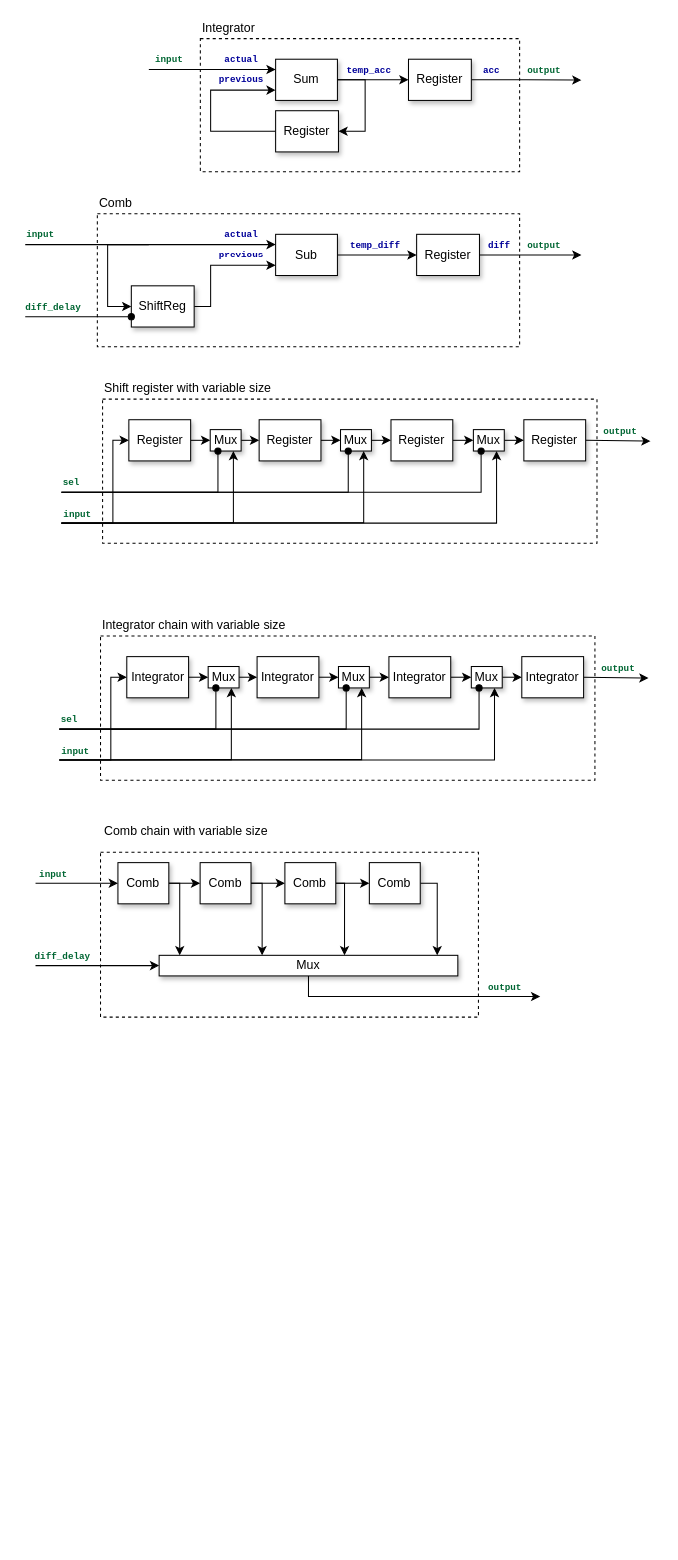
The draw.io diagram page "Signal" (7 of 7) of docs/system.drawio in Lwao/HDL4PDM2PCM, before the edit. Source tidied: cells renumbered, new cells numbered last; positions are measured from the earlier drawing's top-left corner, leaving out a move shared by most shapes. Both pictures are drawn from the tidied source at 103%, with x=0, y=0 at pixel (25, 18).
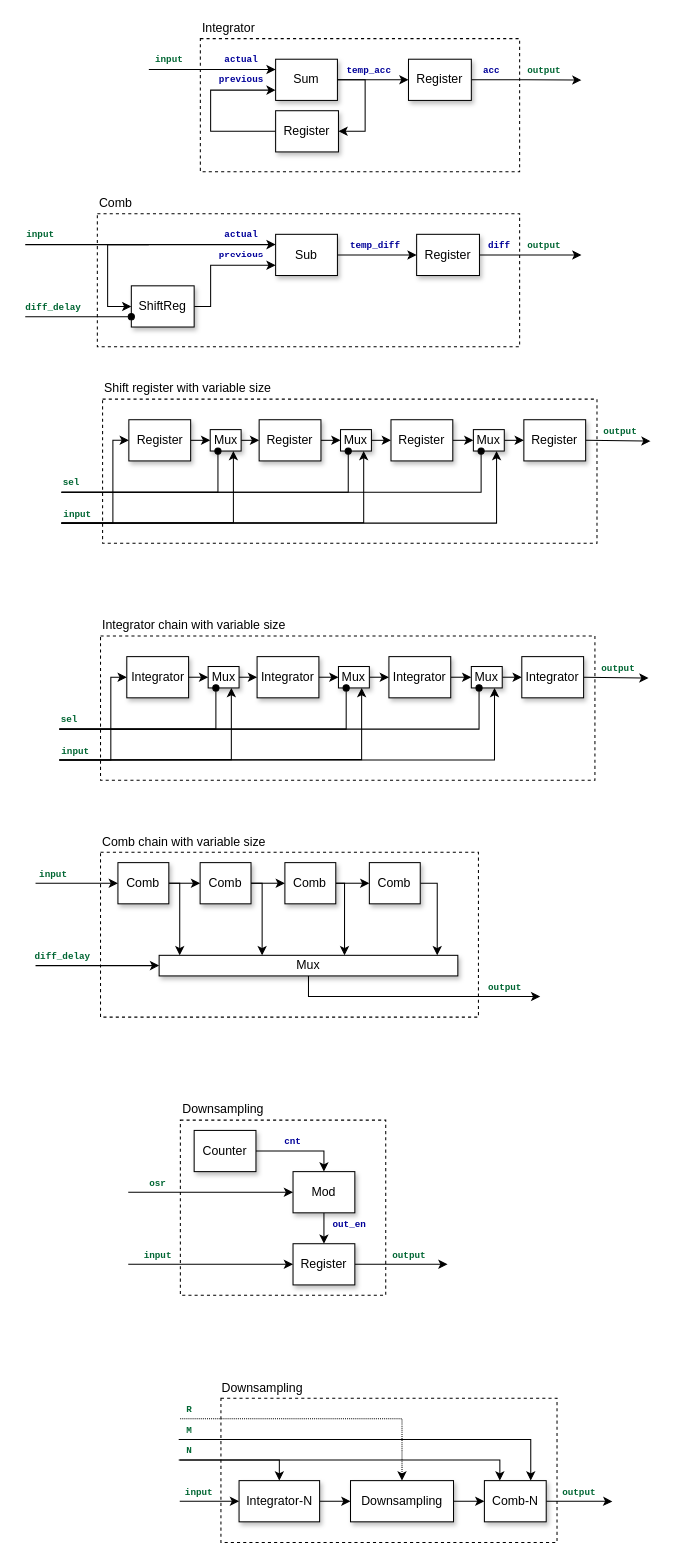
After the change.

Commit message (it also covers changes not shown here):
Downsampling block

Diff of the diagram source:
```diff
@@
+    <mxCell id="108" style="rounded=0;whiteSpace=wrap;html=1;dashed=1;fillColor=none;" parent="1" vertex="1">
+      <mxGeometry x="190" y="1340" width="326.3" height="140" as="geometry" />
+    </mxCell>
+    <mxCell id="109" style="rounded=0;whiteSpace=wrap;html=1;dashed=1;fillColor=none;" parent="1" vertex="1">
+      <mxGeometry x="150.6" y="1070" width="199.4" height="170" as="geometry" />
+    </mxCell>
@@
     <mxCell id="94" value="&lt;span style=&quot;text-align: center&quot;&gt;Comb chain with variable size&lt;/span&gt;" style="text;html=1;strokeColor=none;fillColor=none;align=left;verticalAlign=middle;whiteSpace=wrap;rounded=0;dashed=1;" parent="1" vertex="1">
-      <mxGeometry x="75.1" y="780" width="480" height="20" as="geometry" />
+      <mxGeometry x="73.1" y="790" width="366.9" height="20" as="geometry" />
     </mxCell>
@@
+    <mxCell id="110" style="edgeStyle=orthogonalEdgeStyle;rounded=0;jettySize=auto;html=1;exitX=1;exitY=0.5;exitDx=0;exitDy=0;entryX=0.5;entryY=0;entryDx=0;entryDy=0;" parent="1" edge="1" source="111" target="114">
+      <mxGeometry relative="1" as="geometry" />
+    </mxCell>
+    <mxCell id="111" value="Counter" style="rounded=0;whiteSpace=wrap;html=1;shadow=1;sketch=0;glass=0;" parent="1" vertex="1">
+      <mxGeometry x="164" y="1080" width="60" height="40" as="geometry" />
+    </mxCell>
+    <mxCell id="112" style="edgeStyle=orthogonalEdgeStyle;rounded=0;jettySize=auto;html=1;startArrow=classic;startFill=1;endArrow=none;endFill=0;" parent="1" edge="1" source="114">
+      <mxGeometry relative="1" as="geometry">
+        <mxPoint x="100" y="1140" as="targetPoint" />
+      </mxGeometry>
+    </mxCell>
+    <mxCell id="113" style="edgeStyle=orthogonalEdgeStyle;rounded=0;jettySize=auto;html=1;exitX=0.5;exitY=1;exitDx=0;exitDy=0;entryX=0.5;entryY=0;entryDx=0;entryDy=0;" parent="1" edge="1" source="114" target="119">
+      <mxGeometry relative="1" as="geometry" />
+    </mxCell>
+    <mxCell id="114" value="Mod" style="rounded=0;whiteSpace=wrap;html=1;shadow=1;sketch=0;glass=0;" parent="1" vertex="1">
+      <mxGeometry x="260" y="1120" width="60" height="40" as="geometry" />
+    </mxCell>
+    <mxCell id="115" value="&lt;font style=&quot;font-size: 9px&quot; color=&quot;#000099&quot; face=&quot;Courier New&quot;&gt;&lt;b&gt;cnt&lt;/b&gt;&lt;/font&gt;" style="text;html=1;strokeColor=none;fillColor=none;align=center;verticalAlign=middle;whiteSpace=wrap;rounded=0;" parent="1" vertex="1">
+      <mxGeometry x="230" y="1080" width="59.9" height="20" as="geometry" />
+    </mxCell>
+    <mxCell id="116" value="&lt;font style=&quot;font-size: 9px&quot; face=&quot;Courier New&quot; color=&quot;#006633&quot;&gt;&lt;b&gt;osr&lt;/b&gt;&lt;/font&gt;" style="text;html=1;strokeColor=none;fillColor=none;align=center;verticalAlign=middle;whiteSpace=wrap;rounded=0;" parent="1" vertex="1">
+      <mxGeometry x="112.6" y="1120" width="32" height="20" as="geometry" />
+    </mxCell>
+    <mxCell id="117" style="edgeStyle=orthogonalEdgeStyle;rounded=0;jettySize=auto;html=1;" parent="1" edge="1" source="119">
+      <mxGeometry relative="1" as="geometry">
+        <mxPoint x="410" y="1210" as="targetPoint" />
+      </mxGeometry>
+    </mxCell>
+    <mxCell id="118" style="edgeStyle=orthogonalEdgeStyle;rounded=0;jettySize=auto;html=1;exitX=0;exitY=0.5;exitDx=0;exitDy=0;startArrow=classic;startFill=1;endArrow=none;endFill=0;" parent="1" edge="1" source="119">
+      <mxGeometry relative="1" as="geometry">
+        <mxPoint x="100" y="1210" as="targetPoint" />
+      </mxGeometry>
+    </mxCell>
+    <mxCell id="119" value="Register" style="rounded=0;whiteSpace=wrap;html=1;shadow=1;sketch=0;glass=0;" parent="1" vertex="1">
+      <mxGeometry x="260" y="1190" width="60" height="40" as="geometry" />
+    </mxCell>
+    <mxCell id="120" value="&lt;font style=&quot;font-size: 9px&quot; color=&quot;#000099&quot; face=&quot;Courier New&quot;&gt;&lt;b&gt;out_en&lt;/b&gt;&lt;/font&gt;" style="text;html=1;strokeColor=none;fillColor=none;align=center;verticalAlign=middle;whiteSpace=wrap;rounded=0;" parent="1" vertex="1">
+      <mxGeometry x="289.9" y="1160" width="50.1" height="20" as="geometry" />
+    </mxCell>
+    <mxCell id="121" value="&lt;font style=&quot;font-size: 9px&quot; face=&quot;Courier New&quot; color=&quot;#006633&quot;&gt;&lt;b&gt;input&lt;/b&gt;&lt;/font&gt;" style="text;html=1;strokeColor=none;fillColor=none;align=center;verticalAlign=middle;whiteSpace=wrap;rounded=0;" parent="1" vertex="1">
+      <mxGeometry x="108.6" y="1190" width="40" height="20" as="geometry" />
+    </mxCell>
+    <mxCell id="122" value="&lt;span style=&quot;text-align: center&quot;&gt;Downsampling&lt;/span&gt;" style="text;html=1;strokeColor=none;fillColor=none;align=left;verticalAlign=middle;whiteSpace=wrap;rounded=0;dashed=1;" parent="1" vertex="1">
+      <mxGeometry x="150.6" y="1050" width="199.4" height="20" as="geometry" />
+    </mxCell>
+    <mxCell id="123" value="&lt;font style=&quot;font-size: 9px&quot; face=&quot;Courier New&quot; color=&quot;#006633&quot;&gt;&lt;b&gt;output&lt;/b&gt;&lt;/font&gt;" style="text;html=1;strokeColor=none;fillColor=none;align=center;verticalAlign=middle;whiteSpace=wrap;rounded=0;" parent="1" vertex="1">
+      <mxGeometry x="353.1" y="1190" width="40" height="20" as="geometry" />
+    </mxCell>
+    <mxCell id="124" style="edgeStyle=orthogonalEdgeStyle;rounded=0;jettySize=auto;html=1;exitX=1;exitY=0.5;exitDx=0;exitDy=0;startArrow=none;startFill=0;endArrow=classic;endFill=1;" parent="1" edge="1" source="127" target="130">
+      <mxGeometry relative="1" as="geometry" />
+    </mxCell>
+    <mxCell id="125" style="edgeStyle=orthogonalEdgeStyle;rounded=0;jettySize=auto;html=1;exitX=0;exitY=0.5;exitDx=0;exitDy=0;startArrow=classic;startFill=1;endArrow=none;endFill=0;" parent="1" edge="1" source="127">
+      <mxGeometry relative="1" as="geometry">
+        <mxPoint x="150" y="1440" as="targetPoint" />
+      </mxGeometry>
+    </mxCell>
+    <mxCell id="126" style="edgeStyle=orthogonalEdgeStyle;rounded=0;jettySize=auto;html=1;startArrow=classic;startFill=1;endArrow=none;endFill=0;" parent="1" edge="1" source="127">
+      <mxGeometry relative="1" as="geometry">
+        <mxPoint x="150" y="1400" as="targetPoint" />
+        <Array as="points">
+          <mxPoint x="247" y="1400" />
+        </Array>
+      </mxGeometry>
+    </mxCell>
+    <mxCell id="127" value="Integrator-N" style="rounded=0;whiteSpace=wrap;html=1;shadow=1;sketch=0;glass=0;" parent="1" vertex="1">
+      <mxGeometry x="207.6" y="1420" width="78.2" height="40" as="geometry" />
+    </mxCell>
+    <mxCell id="128" style="edgeStyle=orthogonalEdgeStyle;rounded=0;jettySize=auto;html=1;exitX=1;exitY=0.5;exitDx=0;exitDy=0;startArrow=none;startFill=0;endArrow=classic;endFill=1;" parent="1" edge="1" source="130" target="134">
+      <mxGeometry relative="1" as="geometry" />
+    </mxCell>
+    <mxCell id="129" style="edgeStyle=orthogonalEdgeStyle;rounded=0;jettySize=auto;html=1;startArrow=classic;startFill=1;endArrow=none;endFill=0;dashed=1;dashPattern=1 1;" parent="1" edge="1" source="130">
+      <mxGeometry relative="1" as="geometry">
+        <mxPoint x="150" y="1360" as="targetPoint" />
+        <Array as="points">
+          <mxPoint x="366" y="1360" />
+        </Array>
+      </mxGeometry>
+    </mxCell>
+    <mxCell id="130" value="Downsampling" style="rounded=0;whiteSpace=wrap;html=1;shadow=1;sketch=0;glass=0;" parent="1" vertex="1">
+      <mxGeometry x="315.8" y="1420" width="100" height="40" as="geometry" />
+    </mxCell>
+    <mxCell id="131" style="edgeStyle=orthogonalEdgeStyle;rounded=0;jettySize=auto;html=1;exitX=1;exitY=0.5;exitDx=0;exitDy=0;startArrow=none;startFill=0;endArrow=classic;endFill=1;" parent="1" edge="1" source="134">
+      <mxGeometry relative="1" as="geometry">
+        <mxPoint x="570" y="1440.3" as="targetPoint" />
+        <Array as="points">
+          <mxPoint x="560" y="1440" />
+          <mxPoint x="560" y="1440" />
+        </Array>
+      </mxGeometry>
+    </mxCell>
+    <mxCell id="132" style="edgeStyle=orthogonalEdgeStyle;rounded=0;jettySize=auto;html=1;startArrow=classic;startFill=1;endArrow=none;endFill=0;exitX=0.25;exitY=0;exitDx=0;exitDy=0;" parent="1" edge="1" source="134">
+      <mxGeometry relative="1" as="geometry">
+        <mxPoint x="149" y="1400" as="targetPoint" />
+        <Array as="points">
+          <mxPoint x="461" y="1400" />
+        </Array>
+      </mxGeometry>
+    </mxCell>
+    <mxCell id="133" style="edgeStyle=orthogonalEdgeStyle;rounded=0;jettySize=auto;html=1;exitX=0.75;exitY=0;exitDx=0;exitDy=0;startArrow=classic;startFill=1;endArrow=none;endFill=0;" parent="1" edge="1" source="134">
+      <mxGeometry relative="1" as="geometry">
+        <mxPoint x="149" y="1380" as="targetPoint" />
+        <Array as="points">
+          <mxPoint x="491" y="1380" />
+        </Array>
+      </mxGeometry>
+    </mxCell>
+    <mxCell id="134" value="Comb-N" style="rounded=0;whiteSpace=wrap;html=1;shadow=1;sketch=0;glass=0;" parent="1" vertex="1">
+      <mxGeometry x="445.8" y="1420" width="60" height="40" as="geometry" />
+    </mxCell>
+    <mxCell id="135" value="&lt;font style=&quot;font-size: 9px&quot; face=&quot;Courier New&quot; color=&quot;#006633&quot;&gt;&lt;b&gt;input&lt;/b&gt;&lt;/font&gt;" style="text;html=1;strokeColor=none;fillColor=none;align=center;verticalAlign=middle;whiteSpace=wrap;rounded=0;" parent="1" vertex="1">
+      <mxGeometry x="149" y="1420" width="40" height="20" as="geometry" />
+    </mxCell>
+    <mxCell id="136" value="&lt;font style=&quot;font-size: 9px&quot; face=&quot;Courier New&quot; color=&quot;#006633&quot;&gt;&lt;b&gt;output&lt;/b&gt;&lt;/font&gt;" style="text;html=1;strokeColor=none;fillColor=none;align=center;verticalAlign=middle;whiteSpace=wrap;rounded=0;" parent="1" vertex="1">
+      <mxGeometry x="518.3" y="1420" width="40" height="20" as="geometry" />
+    </mxCell>
+    <mxCell id="137" value="&lt;span style=&quot;text-align: center&quot;&gt;Downsampling&lt;/span&gt;" style="text;html=1;strokeColor=none;fillColor=none;align=left;verticalAlign=middle;whiteSpace=wrap;rounded=0;dashed=1;" parent="1" vertex="1">
+      <mxGeometry x="189" y="1320" width="199.4" height="20" as="geometry" />
+    </mxCell>
+    <mxCell id="138" value="&lt;font style=&quot;font-size: 9px&quot; face=&quot;Courier New&quot; color=&quot;#006633&quot;&gt;&lt;b&gt;R&lt;/b&gt;&lt;/font&gt;" style="text;html=1;strokeColor=none;fillColor=none;align=center;verticalAlign=middle;whiteSpace=wrap;rounded=0;" parent="1" vertex="1">
+      <mxGeometry x="148.6" y="1340" width="21.4" height="20" as="geometry" />
+    </mxCell>
+    <mxCell id="139" value="&lt;font style=&quot;font-size: 9px&quot; face=&quot;Courier New&quot; color=&quot;#006633&quot;&gt;&lt;b&gt;M&lt;/b&gt;&lt;/font&gt;" style="text;html=1;strokeColor=none;fillColor=none;align=center;verticalAlign=middle;whiteSpace=wrap;rounded=0;" parent="1" vertex="1">
+      <mxGeometry x="149" y="1360" width="21.4" height="20" as="geometry" />
+    </mxCell>
+    <mxCell id="140" value="&lt;font style=&quot;font-size: 9px&quot; face=&quot;Courier New&quot; color=&quot;#006633&quot;&gt;&lt;b&gt;N&lt;/b&gt;&lt;/font&gt;" style="text;html=1;strokeColor=none;fillColor=none;align=center;verticalAlign=middle;whiteSpace=wrap;rounded=0;" parent="1" vertex="1">
+      <mxGeometry x="148.6" y="1380" width="21.4" height="20" as="geometry" />
+    </mxCell>
```
